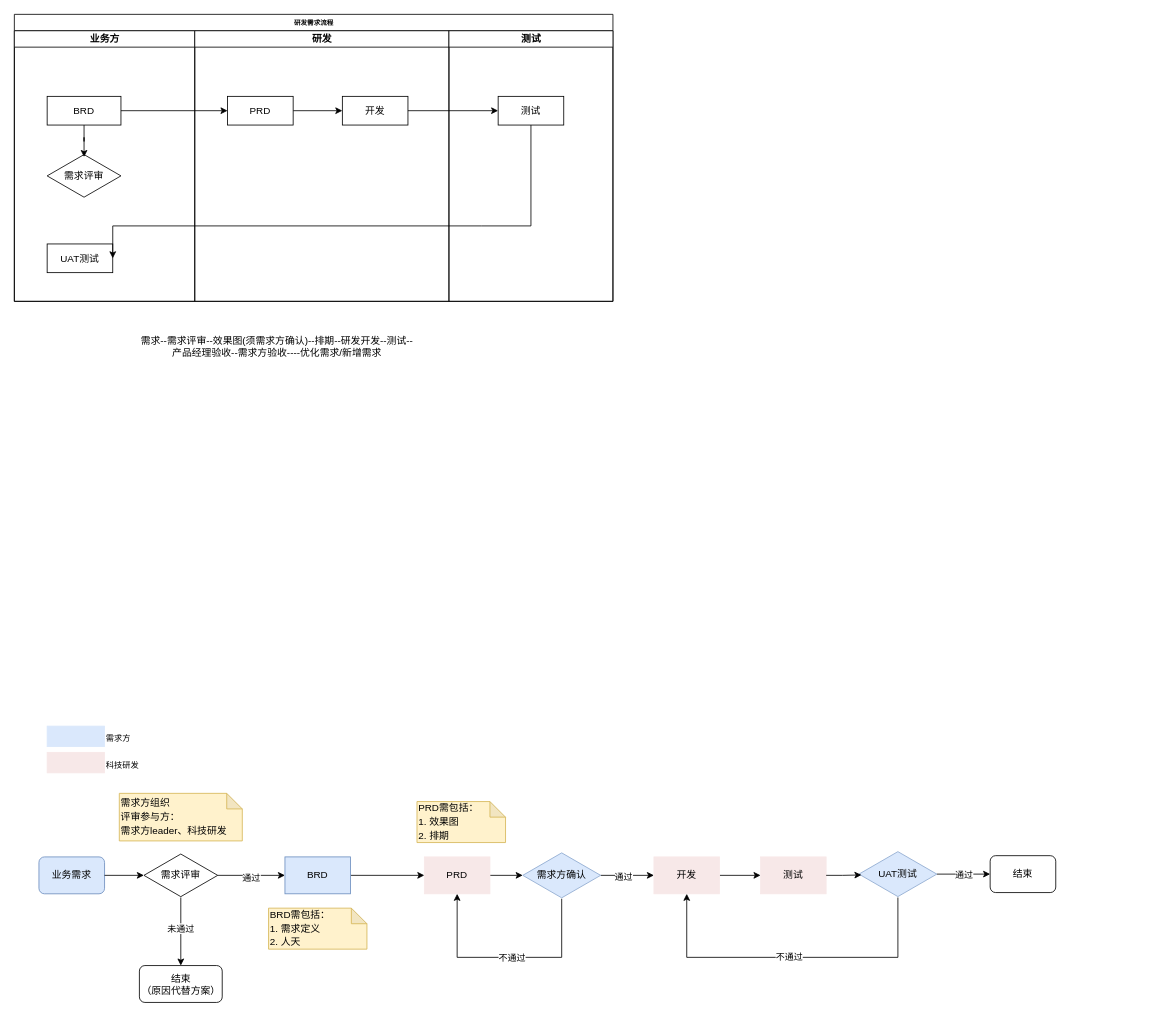
Earlier version of the draw.io diagram 研发需求流程.drawio (the-black1022/draw). Source tidied: cells renumbered, new cells numbered last; positions are measured from the earlier drawing's top-left corner, leaving out a move shared by most shapes. Both pictures are drawn from the tidied source at 82%, with x=0, y=0 at pixel (14, 14).
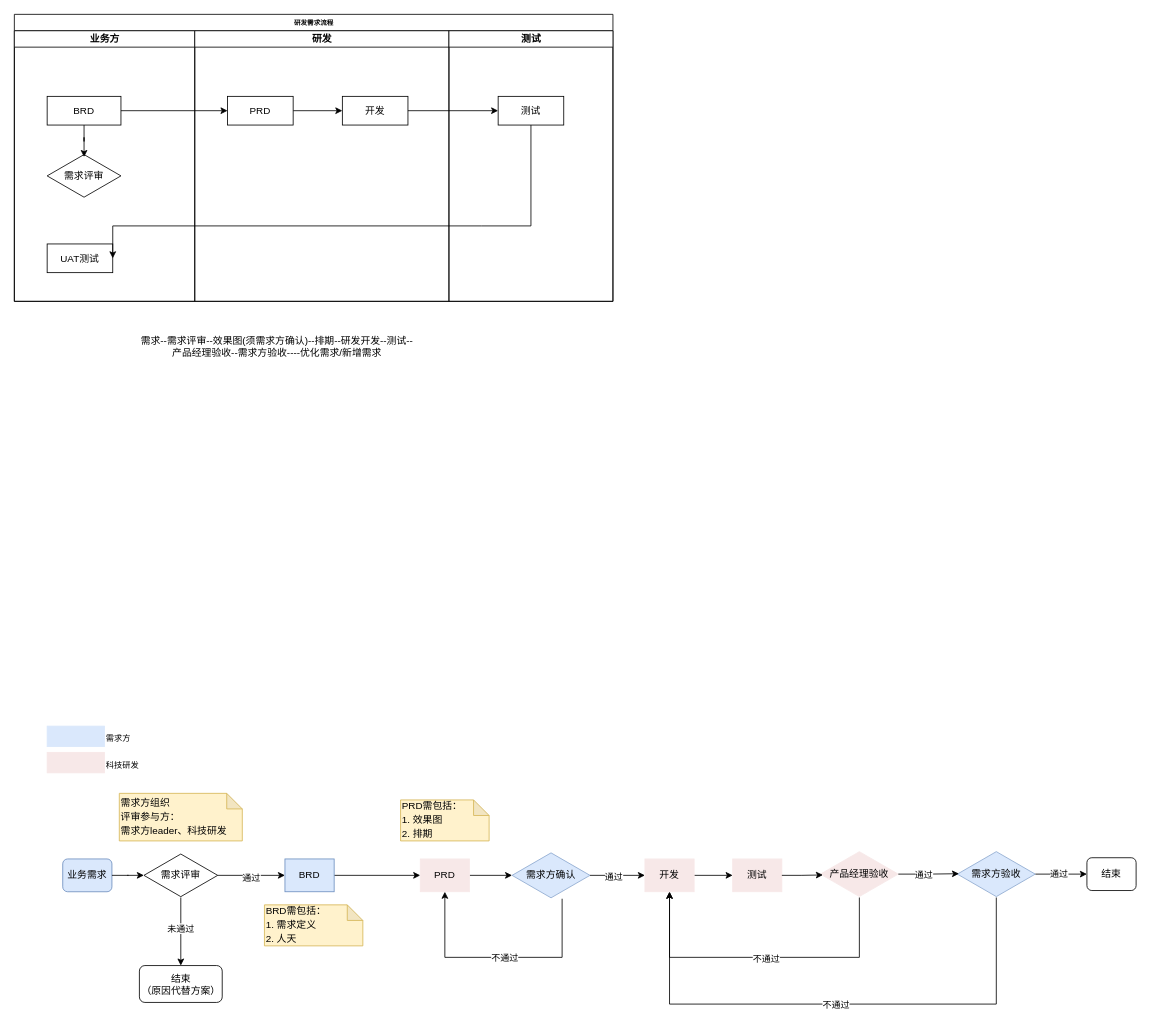
After the change.

Commit message (it also covers changes not shown here):
更新研发需求流程.drawio

Diff of the diagram source:
```diff
@@
-    <mxCell id="18" style="group;" parent="1" vertex="1">
-      <mxGeometry x="30" y="868" width="1240" height="337" as="geometry" />
-    </mxCell>
+    <mxCell id="53" style="edgeStyle=orthogonalEdgeStyle;rounded=0;jettySize=auto;html=1;" parent="1" edge="1" source="57" target="33">
+      <mxGeometry relative="1" as="geometry" />
+    </mxCell>
+    <mxCell id="54" value="通过" style="edgeLabel;html=1;align=center;verticalAlign=middle;" parent="53" vertex="1">
+      <mxGeometry x="-0.11" y="1" relative="1" as="geometry">
+        <mxPoint y="1" as="offset" />
+      </mxGeometry>
+    </mxCell>
+    <mxCell id="55" style="edgeStyle=orthogonalEdgeStyle;rounded=0;jettySize=auto;html=1;entryX=0.5;entryY=1;entryDx=0;entryDy=0;" parent="1" edge="1" source="57" target="31">
+      <mxGeometry relative="1" as="geometry">
+        <Array as="points">
+          <mxPoint x="1198" y="1207" />
+          <mxPoint x="799" y="1207" />
+        </Array>
+      </mxGeometry>
+    </mxCell>
+    <mxCell id="56" value="不通过" style="edgeLabel;html=1;align=center;verticalAlign=middle;" parent="55" vertex="1">
+      <mxGeometry x="-0.02" relative="1" as="geometry" />
+    </mxCell>
+    <mxCell id="57" value="需求方验收" style="html=1;whiteSpace=wrap;shape=isoRectangle;fillColor=#dae8fc;strokeColor=light-dark(#8ba7ce, #5c79a3);" parent="1" vertex="1">
+      <mxGeometry x="1150" y="1020" width="95" height="57" as="geometry" />
+    </mxCell>
-    <mxCell id="19" style="edgeStyle=orthogonalEdgeStyle;rounded=0;jettySize=auto;html=1;entryX=0.5;entryY=0;entryDx=0;entryDy=0;" parent="18" edge="1" source="23" target="24">
+    <mxCell id="19" style="edgeStyle=orthogonalEdgeStyle;rounded=0;jettySize=auto;html=1;entryX=0.5;entryY=0;entryDx=0;entryDy=0;" parent="1" edge="1" source="23" target="24">
       <mxGeometry relative="1" as="geometry" />
     </mxCell>
@@
-    <mxCell id="21" style="edgeStyle=orthogonalEdgeStyle;rounded=0;jettySize=auto;html=1;" parent="18" edge="1" source="23" target="27">
+    <mxCell id="21" style="edgeStyle=orthogonalEdgeStyle;rounded=0;jettySize=auto;html=1;" parent="1" edge="1" source="23" target="27">
       <mxGeometry relative="1" as="geometry" />
     </mxCell>
@@
-    <mxCell id="23" value="需求评审" style="html=1;whiteSpace=wrap;shape=isoRectangle;" parent="18" vertex="1">
-      <mxGeometry x="128" y="155" width="90" height="54" as="geometry" />
+    <mxCell id="23" value="需求评审" style="html=1;whiteSpace=wrap;shape=isoRectangle;" parent="1" vertex="1">
+      <mxGeometry x="158" y="1023" width="90" height="54" as="geometry" />
     </mxCell>
-    <mxCell id="24" value="结束&lt;div&gt;（原因代替方案）&lt;/div&gt;" style="rounded=1;whiteSpace=wrap;html=1;align=center;" parent="18" vertex="1">
-      <mxGeometry x="122.5" y="292" width="101" height="45" as="geometry" />
+    <mxCell id="24" value="结束&lt;div&gt;（原因代替方案）&lt;/div&gt;" style="rounded=1;whiteSpace=wrap;html=1;align=center;" parent="1" vertex="1">
+      <mxGeometry x="152.5" y="1160" width="101" height="45" as="geometry" />
     </mxCell>
-    <mxCell id="25" value="业务需求" style="rounded=1;whiteSpace=wrap;html=1;fillColor=#dae8fc;strokeColor=#6c8ebf;" parent="18" vertex="1">
-      <mxGeometry y="159.5" width="80" height="45" as="geometry" />
+    <mxCell id="25" value="业务需求" style="rounded=1;whiteSpace=wrap;html=1;fillColor=#dae8fc;strokeColor=#6c8ebf;" parent="1" vertex="1">
+      <mxGeometry x="59" y="1030" width="60" height="40" as="geometry" />
     </mxCell>
-    <mxCell id="26" style="edgeStyle=orthogonalEdgeStyle;rounded=0;jettySize=auto;html=1;" parent="18" edge="1" source="27" target="29">
+    <mxCell id="26" style="edgeStyle=orthogonalEdgeStyle;rounded=0;jettySize=auto;html=1;" parent="1" edge="1" source="27" target="29">
       <mxGeometry relative="1" as="geometry" />
     </mxCell>
-    <mxCell id="27" value="BRD" style="whiteSpace=wrap;html=1;fillColor=#dae8fc;strokeColor=#6c8ebf;" parent="18" vertex="1">
-      <mxGeometry x="300" y="159.5" width="80" height="45" as="geometry" />
+    <mxCell id="27" value="BRD" style="whiteSpace=wrap;html=1;fillColor=#dae8fc;strokeColor=#6c8ebf;" parent="1" vertex="1">
+      <mxGeometry x="330" y="1030" width="60" height="40" as="geometry" />
     </mxCell>
-    <mxCell id="28" style="edgeStyle=orthogonalEdgeStyle;rounded=0;jettySize=auto;html=1;" parent="18" edge="1" source="29" target="42">
+    <mxCell id="28" style="edgeStyle=orthogonalEdgeStyle;rounded=0;jettySize=auto;html=1;" parent="1" edge="1" source="29" target="42">
       <mxGeometry relative="1" as="geometry" />
     </mxCell>
-    <mxCell id="29" value="PRD" style="whiteSpace=wrap;html=1;fillColor=light-dark(#f7e8e8, #1d293b);strokeColor=light-dark(#f7e8e8, #ededed);" parent="18" vertex="1">
-      <mxGeometry x="470" y="159.5" width="80" height="45" as="geometry" />
+    <mxCell id="29" value="PRD" style="whiteSpace=wrap;html=1;fillColor=light-dark(#f7e8e8, #1d293b);strokeColor=light-dark(#f7e8e8, #ededed);" parent="1" vertex="1">
+      <mxGeometry x="495" y="1030" width="60" height="40" as="geometry" />
     </mxCell>
-    <mxCell id="30" style="edgeStyle=orthogonalEdgeStyle;rounded=0;jettySize=auto;html=1;" parent="18" edge="1" source="31" target="32">
+    <mxCell id="30" style="edgeStyle=orthogonalEdgeStyle;rounded=0;jettySize=auto;html=1;" parent="1" edge="1" source="31" target="32">
       <mxGeometry relative="1" as="geometry" />
     </mxCell>
-    <mxCell id="31" value="开发" style="whiteSpace=wrap;html=1;fillColor=light-dark(#f7e8e8, #ededed);strokeColor=light-dark(#f7e8e8, #ededed);" parent="18" vertex="1">
-      <mxGeometry x="750" y="159.5" width="80" height="45" as="geometry" />
+    <mxCell id="31" value="开发" style="whiteSpace=wrap;html=1;fillColor=light-dark(#f7e8e8, #1d293b);strokeColor=light-dark(#f7e8e8, #5c79a3);" parent="1" vertex="1">
+      <mxGeometry x="769" y="1030" width="60" height="40" as="geometry" />
     </mxCell>
-    <mxCell id="32" value="测试" style="whiteSpace=wrap;html=1;fillColor=light-dark(#f7e8e8, #ededed);strokeColor=light-dark(#f7e8e8, #ededed);" parent="18" vertex="1">
-      <mxGeometry x="880" y="159.5" width="80" height="45" as="geometry" />
+    <mxCell id="32" value="测试" style="whiteSpace=wrap;html=1;fillColor=light-dark(#f7e8e8, #ededed);strokeColor=light-dark(#f7e8e8, #ededed);" parent="1" vertex="1">
+      <mxGeometry x="876" y="1030" width="60" height="40" as="geometry" />
     </mxCell>
-    <mxCell id="33" value="结束" style="rounded=1;whiteSpace=wrap;html=1;" parent="18" vertex="1">
-      <mxGeometry x="1160" y="158" width="80" height="45" as="geometry" />
+    <mxCell id="33" value="结束" style="rounded=1;whiteSpace=wrap;html=1;" parent="1" vertex="1">
+      <mxGeometry x="1308" y="1028.5" width="60" height="40" as="geometry" />
     </mxCell>
-    <mxCell id="34" value="&lt;div style=&quot;line-height: 140%;&quot;&gt;需求方组织&lt;/div&gt;&lt;div style=&quot;line-height: 140%;&quot;&gt;评审参与方：&lt;div&gt;需求方leader、科技研发&lt;/div&gt;&lt;/div&gt;" style="shape=note;whiteSpace=wrap;html=1;backgroundOutline=1;darkOpacity=0.05;align=left;size=19;fillColor=#fff2cc;strokeColor=#d6b656;" parent="18" vertex="1">
-      <mxGeometry x="98" y="82" width="150" height="58" as="geometry" />
+    <mxCell id="34" value="&lt;div style=&quot;line-height: 140%;&quot;&gt;需求方组织&lt;/div&gt;&lt;div style=&quot;line-height: 140%;&quot;&gt;评审参与方：&lt;div&gt;需求方leader、科技研发&lt;/div&gt;&lt;/div&gt;" style="shape=note;whiteSpace=wrap;html=1;backgroundOutline=1;darkOpacity=0.05;align=left;size=19;fillColor=#fff2cc;strokeColor=#d6b656;" parent="1" vertex="1">
+      <mxGeometry x="128" y="950" width="150" height="58" as="geometry" />
     </mxCell>
-    <mxCell id="35" value="&lt;div style=&quot;line-height: 140%;&quot;&gt;BRD需包括：&lt;div&gt;1. 需求定义&lt;/div&gt;&lt;div&gt;2. 人天&lt;/div&gt;&lt;/div&gt;" style="shape=note;whiteSpace=wrap;html=1;backgroundOutline=1;darkOpacity=0.05;align=left;size=19;fillColor=#fff2cc;strokeColor=#d6b656;" parent="18" vertex="1">
-      <mxGeometry x="280" y="222" width="120" height="50" as="geometry" />
+    <mxCell id="35" value="&lt;div style=&quot;line-height: 140%;&quot;&gt;BRD需包括：&lt;div&gt;1. 需求定义&lt;/div&gt;&lt;div&gt;2. 人天&lt;/div&gt;&lt;/div&gt;" style="shape=note;whiteSpace=wrap;html=1;backgroundOutline=1;darkOpacity=0.05;align=left;size=19;fillColor=#fff2cc;strokeColor=#d6b656;" parent="1" vertex="1">
+      <mxGeometry x="305" y="1086" width="120" height="50" as="geometry" />
     </mxCell>
-    <mxCell id="36" value="&lt;div style=&quot;line-height: 140%;&quot;&gt;PRD需包括：&lt;div&gt;1. 效果图&lt;/div&gt;&lt;div&gt;2. 排期&lt;/div&gt;&lt;/div&gt;" style="shape=note;whiteSpace=wrap;html=1;backgroundOutline=1;darkOpacity=0.05;align=left;size=19;fillColor=#fff2cc;strokeColor=#d6b656;" parent="18" vertex="1">
-      <mxGeometry x="461" y="92" width="108" height="50" as="geometry" />
+    <mxCell id="36" value="&lt;div style=&quot;line-height: 140%;&quot;&gt;PRD需包括：&lt;div&gt;1. 效果图&lt;/div&gt;&lt;div&gt;2. 排期&lt;/div&gt;&lt;/div&gt;" style="shape=note;whiteSpace=wrap;html=1;backgroundOutline=1;darkOpacity=0.05;align=left;size=19;fillColor=#fff2cc;strokeColor=#d6b656;" parent="1" vertex="1">
+      <mxGeometry x="471" y="958" width="108" height="50" as="geometry" />
     </mxCell>
-    <mxCell id="37" style="edgeStyle=orthogonalEdgeStyle;rounded=0;jettySize=auto;html=1;entryDx=0;entryDy=0;entryPerimeter=0;" parent="18" edge="1" source="25" target="23">
+    <mxCell id="37" style="edgeStyle=orthogonalEdgeStyle;rounded=0;jettySize=auto;html=1;entryDx=0;entryDy=0;entryPerimeter=0;" parent="1" edge="1" source="25" target="23">
       <mxGeometry relative="1" as="geometry" />
     </mxCell>
-    <mxCell id="38" style="edgeStyle=orthogonalEdgeStyle;rounded=0;jettySize=auto;html=1;entryX=0.5;entryY=1;entryDx=0;entryDy=0;" parent="18" edge="1" source="42" target="29">
+    <mxCell id="38" style="edgeStyle=orthogonalEdgeStyle;rounded=0;jettySize=auto;html=1;entryX=0.5;entryY=1;entryDx=0;entryDy=0;" parent="1" edge="1" source="42" target="29">
       <mxGeometry relative="1" as="geometry">
         <Array as="points">
-          <mxPoint x="638" y="282" />
-          <mxPoint x="510" y="282" />
+          <mxPoint x="668" y="1150" />
+          <mxPoint x="525" y="1150" />
         </Array>
       </mxGeometry>
     </mxCell>
@@
-    <mxCell id="40" style="edgeStyle=orthogonalEdgeStyle;rounded=0;jettySize=auto;html=1;" parent="18" edge="1" source="42" target="31">
+    <mxCell id="40" style="edgeStyle=orthogonalEdgeStyle;rounded=0;jettySize=auto;html=1;" parent="1" edge="1" source="42" target="31">
       <mxGeometry relative="1" as="geometry" />
     </mxCell>
@@
-    <mxCell id="42" value="需求方确认" style="html=1;whiteSpace=wrap;shape=isoRectangle;fillColor=#dae8fc;strokeColor=light-dark(#8ba7ce, #5c79a3);" parent="18" vertex="1">
-      <mxGeometry x="590" y="153.5" width="95" height="57" as="geometry" />
+    <mxCell id="42" value="需求方确认" style="html=1;whiteSpace=wrap;shape=isoRectangle;fillColor=#dae8fc;strokeColor=light-dark(#8ba7ce, #5c79a3);" parent="1" vertex="1">
+      <mxGeometry x="607" y="1021.5" width="95" height="57" as="geometry" />
     </mxCell>
-    <mxCell id="43" style="edgeStyle=orthogonalEdgeStyle;rounded=0;jettySize=auto;html=1;entryX=0.5;entryY=1;entryDx=0;entryDy=0;" parent="18" edge="1" source="47" target="31">
+    <mxCell id="43" style="edgeStyle=orthogonalEdgeStyle;rounded=0;jettySize=auto;html=1;entryX=0.5;entryY=1;entryDx=0;entryDy=0;" parent="1" edge="1" source="47" target="31">
       <mxGeometry relative="1" as="geometry">
         <Array as="points">
-          <mxPoint x="1048" y="282" />
-          <mxPoint x="790" y="282" />
+          <mxPoint x="1031" y="1150" />
+          <mxPoint x="799" y="1150" />
         </Array>
       </mxGeometry>
     </mxCell>
-    <mxCell id="44" value="不通过" style="edgeLabel;html=1;align=center;verticalAlign=middle;" parent="43" vertex="1">
-      <mxGeometry x="0.01" y="-1" relative="1" as="geometry" />
-    </mxCell>
-    <mxCell id="45" style="edgeStyle=orthogonalEdgeStyle;rounded=0;jettySize=auto;html=1;entryX=0;entryY=0.5;entryDx=0;entryDy=0;" parent="18" edge="1" source="47" target="33">
-      <mxGeometry relative="1" as="geometry" />
-    </mxCell>
-    <mxCell id="46" value="通过" style="edgeLabel;html=1;align=center;verticalAlign=middle;" parent="45" vertex="1">
-      <mxGeometry x="-0.02" relative="1" as="geometry">
-        <mxPoint y="1" as="offset" />
-      </mxGeometry>
-    </mxCell>
+    <mxCell id="58" value="不通过" style="edgeLabel;html=1;align=center;verticalAlign=middle;" parent="43" vertex="1">
+      <mxGeometry x="-0.02" y="1" relative="1" as="geometry">
+        <mxPoint x="1" as="offset" />
+      </mxGeometry>
+    </mxCell>
-    <mxCell id="47" value="UAT测试" style="html=1;whiteSpace=wrap;shape=isoRectangle;fillColor=#dae8fc;strokeColor=light-dark(#8ba7ce, #5c79a3);" parent="18" vertex="1">
-      <mxGeometry x="1000" y="152" width="95" height="57" as="geometry" />
+    <mxCell id="47" value="产品经理验收" style="html=1;whiteSpace=wrap;shape=isoRectangle;fillColor=light-dark(#f7e8e8, #1d293b);strokeColor=light-dark(#f7e8e8, #5c79a3);" parent="1" vertex="1">
+      <mxGeometry x="983" y="1020" width="95" height="57" as="geometry" />
     </mxCell>
-    <mxCell id="48" style="edgeStyle=orthogonalEdgeStyle;rounded=0;jettySize=auto;html=1;entryX=0.032;entryY=0.518;entryDx=0;entryDy=0;entryPerimeter=0;" parent="18" edge="1" source="32" target="47">
+    <mxCell id="48" style="edgeStyle=orthogonalEdgeStyle;rounded=0;jettySize=auto;html=1;entryX=0.032;entryY=0.518;entryDx=0;entryDy=0;entryPerimeter=0;" parent="1" edge="1" source="32" target="47">
       <mxGeometry relative="1" as="geometry" />
     </mxCell>
-    <mxCell id="49" style="whiteSpace=wrap;html=1;fillColor=#dae8fc;strokeColor=light-dark(#dae8fc, #5c79a3);" parent="18" vertex="1">
-      <mxGeometry x="10" width="70" height="25" as="geometry" />
+    <mxCell id="49" style="whiteSpace=wrap;html=1;fillColor=#dae8fc;strokeColor=light-dark(#dae8fc, #5c79a3);" parent="1" vertex="1">
+      <mxGeometry x="40" y="868" width="70" height="25" as="geometry" />
     </mxCell>
-    <mxCell id="50" value="需求方" style="text;html=1;align=left;verticalAlign=middle;strokeColor=none;fillColor=none;fontSize=10;" parent="18" vertex="1">
-      <mxGeometry x="80" width="50" height="30" as="geometry" />
+    <mxCell id="50" value="需求方" style="text;html=1;align=left;verticalAlign=middle;strokeColor=none;fillColor=none;fontSize=10;" parent="1" vertex="1">
+      <mxGeometry x="110" y="868" width="50" height="30" as="geometry" />
     </mxCell>
-    <mxCell id="51" style="whiteSpace=wrap;html=1;fillColor=light-dark(#f7e8e8, #1d293b);strokeColor=light-dark(#f7e8e8, #5c79a3);" parent="18" vertex="1">
-      <mxGeometry x="10" y="32" width="70" height="25" as="geometry" />
+    <mxCell id="51" style="whiteSpace=wrap;html=1;fillColor=light-dark(#f7e8e8, #1d293b);strokeColor=light-dark(#f7e8e8, #5c79a3);" parent="1" vertex="1">
+      <mxGeometry x="40" y="900" width="70" height="25" as="geometry" />
     </mxCell>
-    <mxCell id="52" value="科技研发" style="text;html=1;align=left;verticalAlign=middle;strokeColor=none;fillColor=none;fontSize=10;" parent="18" vertex="1">
-      <mxGeometry x="80" y="32" width="60" height="30" as="geometry" />
+    <mxCell id="52" value="科技研发" style="text;html=1;align=left;verticalAlign=middle;strokeColor=none;fillColor=none;fontSize=10;" parent="1" vertex="1">
+      <mxGeometry x="110" y="900" width="60" height="30" as="geometry" />
     </mxCell>
+    <mxCell id="59" style="edgeStyle=orthogonalEdgeStyle;rounded=0;jettySize=auto;html=1;entryX=0.021;entryY=0.491;entryDx=0;entryDy=0;entryPerimeter=0;" parent="1" edge="1" source="47" target="57">
+      <mxGeometry relative="1" as="geometry" />
+    </mxCell>
+    <mxCell id="60" value="通过" style="edgeLabel;html=1;align=center;verticalAlign=middle;" parent="59" vertex="1">
+      <mxGeometry x="-0.19" relative="1" as="geometry">
+        <mxPoint y="1" as="offset" />
+      </mxGeometry>
+    </mxCell>
```
